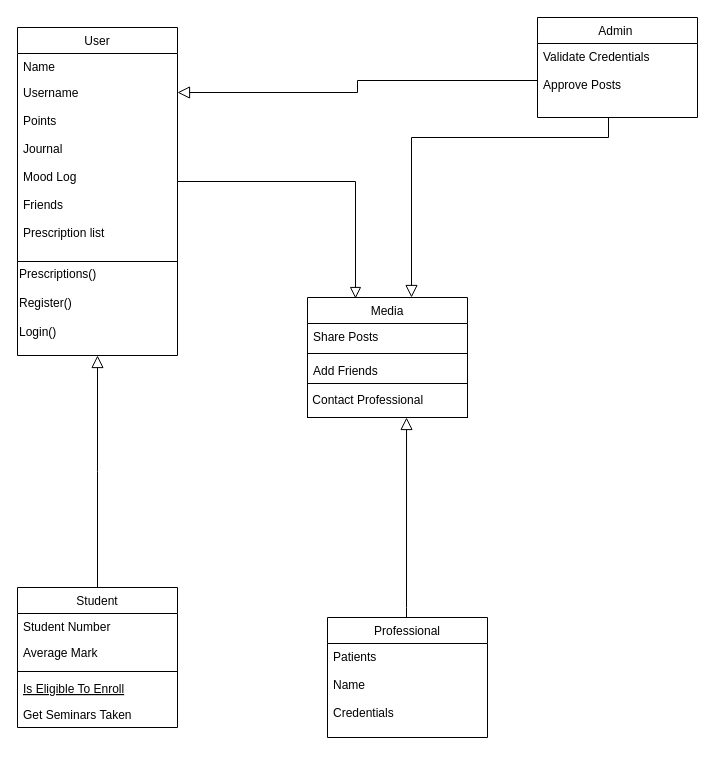
The draw.io diagram UML Class Diagram.drawio in sneekr-a/mental-health-app, before the edit. Source tidied: cells renumbered, new cells numbered last; positions are measured from the earlier drawing's top-left corner, leaving out a move shared by most shapes. Both pictures are drawn from the tidied source at 100%, with x=0, y=0 at pixel (17, 17).
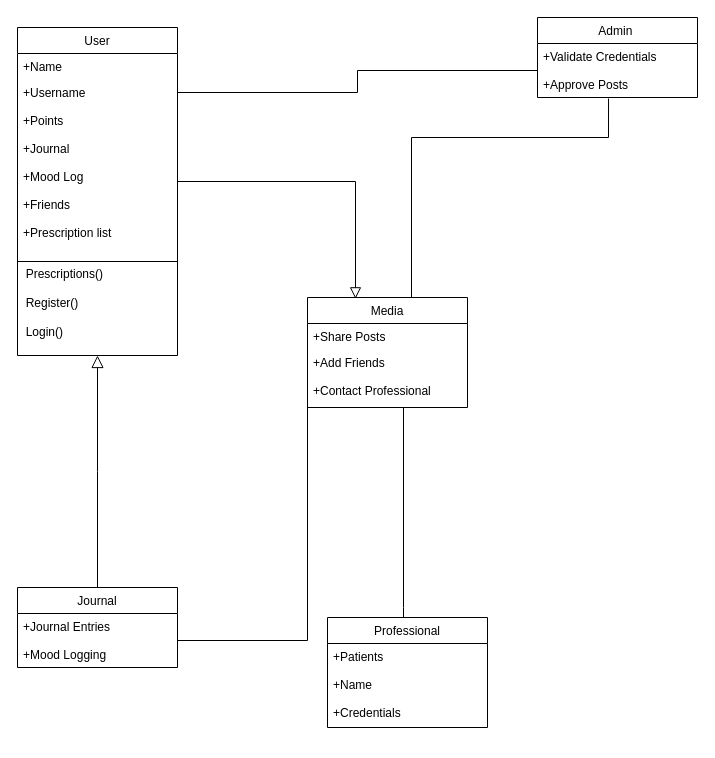
The same diagram, later.

Unchanged cells that the change refers to:
```xml
<mxCell id="2" value="User" style="swimlane;fontStyle=0;align=center;verticalAlign=top;horizontal=1;startSize=26;rounded=0;shadow=0;strokeWidth=1;" parent="1" vertex="1">
  <mxGeometry y="10" width="160" height="328" as="geometry" />
</mxCell>
```

Change to the diagram source:
```diff
@@
-    <mxCell id="3" value="Name" style="text;align=left;verticalAlign=top;spacingLeft=4;spacingRight=4;overflow=hidden;" parent="2" vertex="1">
+    <mxCell id="3" value="+Name" style="text;align=left;verticalAlign=top;spacingLeft=4;spacingRight=4;overflow=hidden;" parent="2" vertex="1">
       <mxGeometry y="26" width="160" height="26" as="geometry" />
     </mxCell>
-    <mxCell id="4" value="Username" style="text;align=left;verticalAlign=top;spacingLeft=4;spacingRight=4;overflow=hidden;points=[[0,0.5],[1,0.5]];portConstraint=eastwest;rounded=0;shadow=0;html=0;" parent="2" vertex="1">
+    <mxCell id="4" value="+Username" style="text;align=left;verticalAlign=top;spacingLeft=4;spacingRight=4;overflow=hidden;points=[[0,0.5],[1,0.5]];portConstraint=eastwest;rounded=0;shadow=0;html=0;" parent="2" vertex="1">
       <mxGeometry y="52" width="160" height="26" as="geometry" />
     </mxCell>
-    <mxCell id="5" value="Points            &#10;&#10;Journal&#10;&#10;Mood Log&#10;&#10;Friends&#10;&#10;Prescription list" style="text;align=left;verticalAlign=top;spacingLeft=4;spacingRight=4;overflow=hidden;points=[[0,0.5],[1,0.5]];portConstraint=eastwest;spacingTop=2;" parent="2" vertex="1">
+    <mxCell id="5" value="+Points            &#10;&#10;+Journal&#10;&#10;+Mood Log&#10;&#10;+Friends&#10;&#10;+Prescription list" style="text;align=left;verticalAlign=top;spacingLeft=4;spacingRight=4;overflow=hidden;points=[[0,0.5],[1,0.5]];portConstraint=eastwest;spacingTop=2;" parent="2" vertex="1">
       <mxGeometry y="78" width="160" height="152" as="geometry" />
     </mxCell>
@@
-    <mxCell id="7" value="Prescriptions()&amp;nbsp;&lt;br style=&quot;padding: 0px ; margin: 0px&quot;&gt;&lt;br&gt;Register()&lt;br&gt;&lt;br style=&quot;padding: 0px ; margin: 0px&quot;&gt;Login()&lt;div style=&quot;padding: 0px ; margin: 0px&quot;&gt;&lt;br style=&quot;padding: 0px ; margin: 0px&quot;&gt;&lt;/div&gt;" style="text;html=1;align=left;verticalAlign=middle;strokeColor=none;fillColor=none;" parent="2" vertex="1">
+    <mxCell id="7" value="&amp;nbsp; Prescriptions()&amp;nbsp;&lt;br style=&quot;padding: 0px ; margin: 0px&quot;&gt;&lt;br&gt;&amp;nbsp; Register()&lt;br&gt;&lt;br style=&quot;padding: 0px ; margin: 0px&quot;&gt;&amp;nbsp; Login()&lt;div style=&quot;padding: 0px ; margin: 0px&quot;&gt;&lt;br style=&quot;padding: 0px ; margin: 0px&quot;&gt;&lt;/div&gt;" style="text;html=1;align=left;verticalAlign=middle;strokeColor=none;fillColor=none;" parent="2" vertex="1">
       <mxGeometry y="238" width="160" height="90" as="geometry" />
     </mxCell>
-    <mxCell id="8" value="Student" style="swimlane;fontStyle=0;align=center;verticalAlign=top;horizontal=1;startSize=26;rounded=0;shadow=0;strokeWidth=1;" parent="1" vertex="1">
-      <mxGeometry y="570" width="160" height="140" as="geometry" />
+    <mxCell id="8" value="Journal" style="swimlane;fontStyle=0;align=center;verticalAlign=top;horizontal=1;startSize=26;rounded=0;shadow=0;strokeWidth=1;" parent="1" vertex="1">
+      <mxGeometry y="570" width="160" height="80" as="geometry" />
     </mxCell>
-    <mxCell id="9" value="Student Number" style="text;align=left;verticalAlign=top;spacingLeft=4;spacingRight=4;overflow=hidden;points=[[0,0.5],[1,0.5]];portConstraint=eastwest;" parent="8" vertex="1">
-      <mxGeometry y="26" width="160" height="26" as="geometry" />
+    <mxCell id="9" value="+Journal Entries&#10;&#10;+Mood Logging" style="text;align=left;verticalAlign=top;spacingLeft=4;spacingRight=4;overflow=hidden;points=[[0,0.5],[1,0.5]];portConstraint=eastwest;" parent="8" vertex="1">
+      <mxGeometry y="26" width="160" height="54" as="geometry" />
     </mxCell>
-    <mxCell id="10" value="Average Mark" style="text;align=left;verticalAlign=top;spacingLeft=4;spacingRight=4;overflow=hidden;rounded=0;shadow=0;html=0;" parent="8" vertex="1">
-      <mxGeometry y="52" width="160" height="28" as="geometry" />
-    </mxCell>
-    <mxCell id="11" style="line;html=1;strokeWidth=1;align=left;verticalAlign=middle;spacingTop=-1;spacingLeft=3;spacingRight=3;labelPosition=right;" parent="8" vertex="1">
-      <mxGeometry y="80" width="160" height="8" as="geometry" />
-    </mxCell>
-    <mxCell id="12" value="Is Eligible To Enroll" style="text;align=left;verticalAlign=top;spacingLeft=4;spacingRight=4;overflow=hidden;fontStyle=4;" parent="8" vertex="1">
-      <mxGeometry y="88" width="160" height="26" as="geometry" />
-    </mxCell>
-    <mxCell id="13" value="Get Seminars Taken" style="text;align=left;verticalAlign=top;spacingLeft=4;spacingRight=4;overflow=hidden;" parent="8" vertex="1">
-      <mxGeometry y="114" width="160" height="26" as="geometry" />
-    </mxCell>
@@
     <mxCell id="15" value="Professional" style="swimlane;fontStyle=0;align=center;verticalAlign=top;horizontal=1;startSize=26;rounded=0;shadow=0;strokeWidth=1;" parent="1" vertex="1">
-      <mxGeometry x="310" y="600" width="160" height="120" as="geometry" />
+      <mxGeometry x="310" y="600" width="160" height="110" as="geometry" />
     </mxCell>
-    <mxCell id="16" value="Patients&#10;&#10;Name&#10;&#10;Credentials" style="text;align=left;verticalAlign=top;spacingLeft=4;spacingRight=4;overflow=hidden;" parent="15" vertex="1">
-      <mxGeometry y="26" width="160" height="94" as="geometry" />
+    <mxCell id="16" value="+Patients&#10;&#10;+Name&#10;&#10;+Credentials" style="text;align=left;verticalAlign=top;spacingLeft=4;spacingRight=4;overflow=hidden;" parent="15" vertex="1">
+      <mxGeometry y="26" width="160" height="84" as="geometry" />
     </mxCell>
-    <mxCell id="17" style="endArrow=block;endSize=10;endFill=0;shadow=0;strokeWidth=1;rounded=0;edgeStyle=elbowEdgeStyle;elbow=vertical;entryX=0.619;entryY=1;entryDx=0;entryDy=0;entryPerimeter=0;" parent="1" edge="1" source="15" target="24">
+    <mxCell id="17" style="endArrow=none;endSize=10;endFill=0;shadow=0;strokeWidth=1;rounded=0;edgeStyle=elbowEdgeStyle;elbow=vertical;entryX=0.6;entryY=1;entryDx=0;entryDy=0;entryPerimeter=0;" parent="1" edge="1" target="23">
       <mxGeometry relative="1" as="geometry">
+        <mxPoint x="386" y="600" as="sourcePoint" />
         <Array as="points">
           <mxPoint x="389" y="590" />
           <mxPoint x="360" y="560" />
         </Array>
       </mxGeometry>
     </mxCell>
     <mxCell id="18" value="Admin " style="swimlane;fontStyle=0;align=center;verticalAlign=top;horizontal=1;startSize=26;rounded=0;shadow=0;strokeWidth=1;" parent="1" vertex="1">
-      <mxGeometry x="520" width="160" height="100" as="geometry" />
+      <mxGeometry x="520" width="160" height="80" as="geometry" />
     </mxCell>
-    <mxCell id="19" value="Validate Credentials&#10;&#10;Approve Posts" style="text;align=left;verticalAlign=top;spacingLeft=4;spacingRight=4;overflow=hidden;points=[[0,0.5],[1,0.5]];portConstraint=eastwest;" parent="18" vertex="1">
-      <mxGeometry y="26" width="160" height="74" as="geometry" />
+    <mxCell id="19" value="+Validate Credentials&#10;&#10;+Approve Posts" style="text;align=left;verticalAlign=top;spacingLeft=4;spacingRight=4;overflow=hidden;points=[[0,0.5],[1,0.5]];portConstraint=eastwest;" parent="18" vertex="1">
+      <mxGeometry y="26" width="160" height="54" as="geometry" />
     </mxCell>
     <mxCell id="20" value="Media" style="swimlane;fontStyle=0;align=center;verticalAlign=top;horizontal=1;startSize=26;" parent="1" vertex="1">
-      <mxGeometry x="290" y="280" width="160" height="86" as="geometry" />
+      <mxGeometry x="290" y="280" width="160" height="110" as="geometry" />
     </mxCell>
-    <mxCell id="21" value="Share Posts" style="text;strokeColor=none;fillColor=none;align=left;verticalAlign=top;spacingLeft=4;spacingRight=4;overflow=hidden;" parent="20" vertex="1">
+    <mxCell id="21" value="+Share Posts" style="text;strokeColor=none;fillColor=none;align=left;verticalAlign=top;spacingLeft=4;spacingRight=4;overflow=hidden;" parent="20" vertex="1">
       <mxGeometry y="26" width="160" height="26" as="geometry" />
     </mxCell>
-    <mxCell id="22" style="line;strokeWidth=1;fillColor=none;align=left;verticalAlign=middle;spacingTop=-1;spacingLeft=3;spacingRight=3;labelPosition=right;" parent="20" vertex="1">
-      <mxGeometry y="52" width="160" height="8" as="geometry" />
-    </mxCell>
-    <mxCell id="23" value="Add Friends&#10;" style="text;strokeColor=none;fillColor=none;align=left;verticalAlign=top;spacingLeft=4;spacingRight=4;overflow=hidden;points=[[0,0.5],[1,0.5]];portConstraint=eastwest;" parent="20" vertex="1">
-      <mxGeometry y="60" width="160" height="26" as="geometry" />
+    <mxCell id="23" value="+Add Friends&#10;&#10;+Contact Professional&#10;" style="text;strokeColor=none;fillColor=none;align=left;verticalAlign=top;spacingLeft=4;spacingRight=4;overflow=hidden;points=[[0,0.5],[1,0.5]];portConstraint=eastwest;" parent="20" vertex="1">
+      <mxGeometry y="52" width="160" height="58" as="geometry" />
     </mxCell>
-    <mxCell id="24" value="&amp;nbsp;Contact Professional" style="whiteSpace=wrap;html=1;fillColor=none;align=left;" parent="1" vertex="1">
-      <mxGeometry x="290" y="366" width="160" height="34" as="geometry" />
-    </mxCell>
@@
-    <mxCell id="26" style="endArrow=block;endFill=0;html=1;edgeStyle=orthogonalEdgeStyle;align=left;verticalAlign=top;rounded=0;endSize=10;entryX=1;entryY=0.5;entryDx=0;entryDy=0;" parent="1" edge="1" source="19" target="4">
+    <mxCell id="26" style="endArrow=none;endFill=0;html=1;edgeStyle=orthogonalEdgeStyle;align=left;verticalAlign=top;rounded=0;endSize=10;entryX=1;entryY=0.5;entryDx=0;entryDy=0;" parent="1" edge="1" source="19" target="4">
       <mxGeometry x="-1" relative="1" as="geometry" />
     </mxCell>
-    <mxCell id="27" style="endArrow=block;endFill=0;html=1;edgeStyle=orthogonalEdgeStyle;align=left;verticalAlign=top;rounded=0;endSize=10;" parent="1" edge="1">
+    <mxCell id="27" style="endArrow=none;endFill=0;html=1;edgeStyle=orthogonalEdgeStyle;align=left;verticalAlign=top;rounded=0;endSize=10;exitX=0.444;exitY=1.019;exitDx=0;exitDy=0;exitPerimeter=0;" parent="1" edge="1" source="19">
       <mxGeometry x="-1" relative="1" as="geometry">
-        <mxPoint x="591" y="100" as="sourcePoint" />
         <mxPoint x="394" y="280" as="targetPoint" />
         <Array as="points">
           <mxPoint x="591" y="120" />
           <mxPoint x="394" y="120" />
         </Array>
       </mxGeometry>
     </mxCell>
+    <mxCell id="28" style="endArrow=none;endFill=0;html=1;edgeStyle=orthogonalEdgeStyle;align=left;verticalAlign=top;rounded=0;endSize=10;entryX=1;entryY=0.5;entryDx=0;entryDy=0;" parent="1" edge="1" target="9">
+      <mxGeometry x="-1" relative="1" as="geometry">
+        <mxPoint x="290" y="389" as="sourcePoint" />
+        <Array as="points">
+          <mxPoint x="290" y="389" />
+          <mxPoint x="290" y="623" />
+        </Array>
+      </mxGeometry>
+    </mxCell>
```
